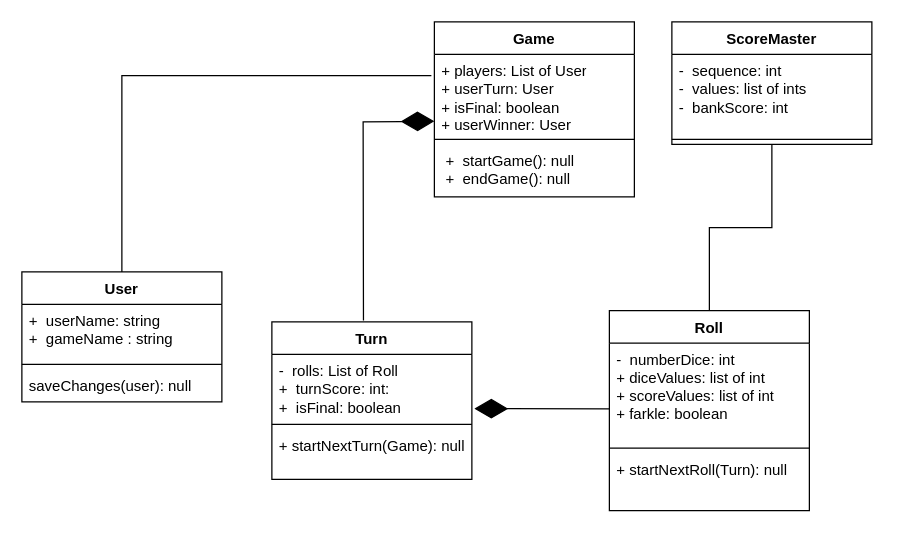
mincfranc/farkle_fork_mincfranc keeps this draw.io diagram as work/Farkle.drawio. Above is the earlier version. Source tidied: cells renumbered, new cells numbered last; positions are measured from the earlier drawing's top-left corner, leaving out a move shared by most shapes. Both pictures are drawn from the tidied source at 125%, with x=0, y=0 at pixel (21, 21).
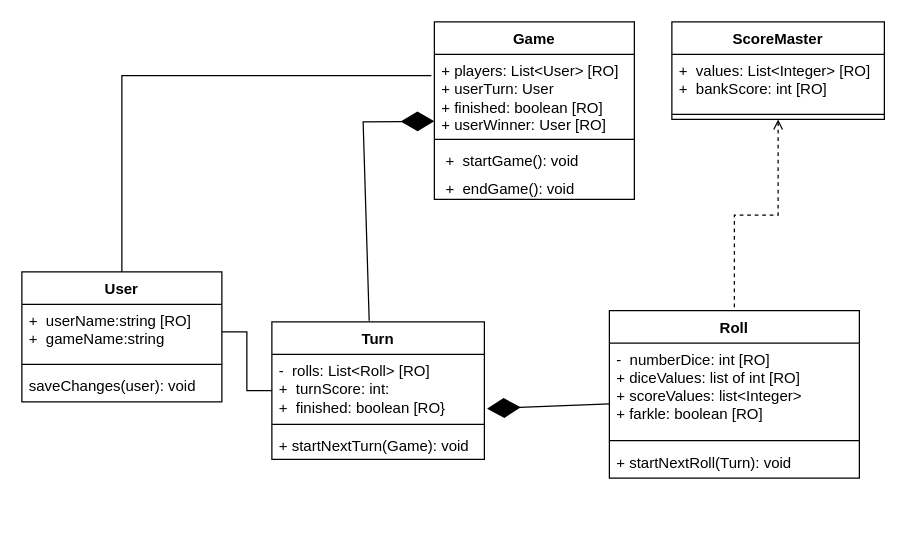
The same diagram, later.

Commit message (it also covers changes not shown here):
Update UML, project scope on Friday

The change refers to these unchanged cells:
```xml
<mxCell id="6" value="User" style="swimlane;fontStyle=1;align=center;verticalAlign=top;horizontal=1;startSize=26;whiteSpace=wrap;html=1;" parent="1" vertex="1">
  <mxGeometry y="200" width="160" height="104" as="geometry" />
</mxCell>
```

Change to the diagram source:
```diff
@@
     <mxCell id="2" value="Turn" style="swimlane;fontStyle=1;align=center;verticalAlign=top;horizontal=1;startSize=26;whiteSpace=wrap;html=1;" parent="1" vertex="1">
-      <mxGeometry x="200" y="240" width="160" height="126" as="geometry" />
+      <mxGeometry x="200" y="240" width="170" height="110" as="geometry" />
     </mxCell>
-    <mxCell id="3" value="-&amp;nbsp; rolls: List of Roll&lt;div&gt;+&amp;nbsp; turnScore: int:&lt;/div&gt;&lt;div&gt;+&amp;nbsp; isFinal: boolean&lt;/div&gt;" style="text;strokeColor=none;fillColor=none;align=left;verticalAlign=top;spacingLeft=4;spacingRight=4;overflow=hidden;points=[[0,0.5],[1,0.5]];portConstraint=eastwest;whiteSpace=wrap;html=1;" parent="2" vertex="1">
-      <mxGeometry y="26" width="160" height="52" as="geometry" />
+    <mxCell id="3" value="-&amp;nbsp; rolls: List&amp;lt;Roll&amp;gt; [RO]&lt;div&gt;+&amp;nbsp; turnScore: int:&lt;/div&gt;&lt;div&gt;+&amp;nbsp; finished: boolean [RO}&lt;/div&gt;" style="text;strokeColor=none;fillColor=none;align=left;verticalAlign=top;spacingLeft=4;spacingRight=4;overflow=hidden;points=[[0,0.5],[1,0.5]];portConstraint=eastwest;whiteSpace=wrap;html=1;" parent="2" vertex="1">
+      <mxGeometry y="26" width="170" height="52" as="geometry" />
     </mxCell>
     <mxCell id="4" style="line;strokeWidth=1;fillColor=none;align=left;verticalAlign=middle;spacingTop=-1;spacingLeft=3;spacingRight=3;labelPosition=right;strokeColor=inherit;" parent="2" vertex="1">
-      <mxGeometry y="78" width="160" height="8" as="geometry" />
+      <mxGeometry y="78" width="170" height="8" as="geometry" />
     </mxCell>
-    <mxCell id="5" value="&lt;div&gt;+ startNextTurn(Game): null&lt;/div&gt;" style="text;strokeColor=none;fillColor=none;align=left;verticalAlign=top;spacingLeft=4;spacingRight=4;overflow=hidden;whiteSpace=wrap;html=1;" parent="2" vertex="1">
-      <mxGeometry y="86" width="160" height="40" as="geometry" />
+    <mxCell id="5" value="&lt;div&gt;+ startNextTurn(Game): void&lt;/div&gt;" style="text;strokeColor=none;fillColor=none;align=left;verticalAlign=top;spacingLeft=4;spacingRight=4;overflow=hidden;whiteSpace=wrap;html=1;" parent="2" vertex="1">
+      <mxGeometry y="86" width="170" height="24" as="geometry" />
     </mxCell>
@@
-    <mxCell id="7" value="+&amp;nbsp; userName: string&lt;div&gt;+&amp;nbsp; gameName : string&lt;br&gt;&lt;div&gt;&lt;br&gt;&lt;/div&gt;&lt;/div&gt;" style="text;strokeColor=none;fillColor=none;align=left;verticalAlign=top;spacingLeft=4;spacingRight=4;overflow=hidden;points=[[0,0.5],[1,0.5]];portConstraint=eastwest;whiteSpace=wrap;html=1;" parent="6" vertex="1">
+    <mxCell id="7" value="+&amp;nbsp; userName:string [RO]&lt;div&gt;+&amp;nbsp; gameName:string&lt;br&gt;&lt;div&gt;&lt;br&gt;&lt;/div&gt;&lt;/div&gt;" style="text;strokeColor=none;fillColor=none;align=left;verticalAlign=top;spacingLeft=4;spacingRight=4;overflow=hidden;points=[[0,0.5],[1,0.5]];portConstraint=eastwest;whiteSpace=wrap;html=1;" parent="6" vertex="1">
       <mxGeometry y="26" width="160" height="44" as="geometry" />
     </mxCell>
@@
-    <mxCell id="9" value="saveChanges(user): null" style="text;strokeColor=none;fillColor=none;align=left;verticalAlign=top;spacingLeft=4;spacingRight=4;overflow=hidden;whiteSpace=wrap;html=1;" parent="6" vertex="1">
+    <mxCell id="9" value="saveChanges(user): void" style="text;strokeColor=none;fillColor=none;align=left;verticalAlign=top;spacingLeft=4;spacingRight=4;overflow=hidden;whiteSpace=wrap;html=1;" parent="6" vertex="1">
       <mxGeometry y="78" width="160" height="26" as="geometry" />
     </mxCell>
     <mxCell id="10" value="Roll" style="swimlane;fontStyle=1;align=center;verticalAlign=top;horizontal=1;startSize=26;whiteSpace=wrap;html=1;" parent="1" vertex="1">
-      <mxGeometry x="470" y="231" width="160" height="160" as="geometry" />
+      <mxGeometry x="470" y="231" width="200" height="134" as="geometry" />
     </mxCell>
-    <mxCell id="11" value="&lt;div&gt;-&amp;nbsp; numberDice: int&lt;/div&gt;+ diceValues: list of int&lt;div&gt;+ scoreValues: list of int&lt;/div&gt;&lt;div&gt;&lt;span style=&quot;background-color: transparent; color: light-dark(rgb(0, 0, 0), rgb(255, 255, 255));&quot;&gt;+ farkle: boolean&lt;/span&gt;&lt;/div&gt;" style="text;strokeColor=none;fillColor=none;align=left;verticalAlign=top;spacingLeft=4;spacingRight=4;overflow=hidden;points=[[0,0.5],[1,0.5]];portConstraint=eastwest;whiteSpace=wrap;html=1;" parent="10" vertex="1">
-      <mxGeometry y="26" width="160" height="80" as="geometry" />
+    <mxCell id="11" value="&lt;div&gt;-&amp;nbsp; numberDice: int [RO]&lt;/div&gt;+ diceValues: list of int [RO]&lt;div&gt;+ scoreValues: list&amp;lt;Integer&amp;gt;&lt;/div&gt;&lt;div&gt;&lt;span style=&quot;background-color: transparent; color: light-dark(rgb(0, 0, 0), rgb(255, 255, 255));&quot;&gt;+ farkle: boolean [RO]&lt;/span&gt;&lt;/div&gt;" style="text;strokeColor=none;fillColor=none;align=left;verticalAlign=top;spacingLeft=4;spacingRight=4;overflow=hidden;points=[[0,0.5],[1,0.5]];portConstraint=eastwest;whiteSpace=wrap;html=1;" parent="10" vertex="1">
+      <mxGeometry y="26" width="200" height="74" as="geometry" />
     </mxCell>
     <mxCell id="12" style="line;strokeWidth=1;fillColor=none;align=left;verticalAlign=middle;spacingTop=-1;spacingLeft=3;spacingRight=3;labelPosition=right;strokeColor=inherit;" parent="10" vertex="1">
-      <mxGeometry y="106" width="160" height="8" as="geometry" />
+      <mxGeometry y="100" width="200" height="8" as="geometry" />
     </mxCell>
-    <mxCell id="13" value="+ startNextRoll(Turn): null&lt;div&gt;&lt;div&gt;&lt;br&gt;&lt;/div&gt;&lt;/div&gt;" style="text;strokeColor=none;fillColor=none;align=left;verticalAlign=top;spacingLeft=4;spacingRight=4;overflow=hidden;whiteSpace=wrap;html=1;" parent="10" vertex="1">
-      <mxGeometry y="114" width="160" height="46" as="geometry" />
+    <mxCell id="13" value="+ startNextRoll(Turn): void&lt;div&gt;&lt;div&gt;&lt;br&gt;&lt;/div&gt;&lt;/div&gt;" style="text;strokeColor=none;fillColor=none;align=left;verticalAlign=top;spacingLeft=4;spacingRight=4;overflow=hidden;whiteSpace=wrap;html=1;" parent="10" vertex="1">
+      <mxGeometry y="108" width="200" height="26" as="geometry" />
     </mxCell>
     <mxCell id="14" value="Game" style="swimlane;fontStyle=1;align=center;verticalAlign=top;horizontal=1;startSize=26;whiteSpace=wrap;html=1;" parent="1" vertex="1">
-      <mxGeometry x="330" width="160" height="140" as="geometry" />
+      <mxGeometry x="330" width="160" height="142" as="geometry" />
     </mxCell>
-    <mxCell id="15" value="+ players: List of User&lt;div&gt;+ userTurn: User&lt;/div&gt;&lt;div&gt;+ isFinal: boolean&lt;/div&gt;&lt;div&gt;+ userWinner: User&lt;/div&gt;&lt;div&gt;&lt;br&gt;&lt;div&gt;&lt;br&gt;&lt;/div&gt;&lt;/div&gt;" style="text;strokeColor=none;fillColor=none;align=left;verticalAlign=top;spacingLeft=4;spacingRight=4;overflow=hidden;points=[[0,0.5],[1,0.5]];portConstraint=eastwest;whiteSpace=wrap;html=1;" parent="14" vertex="1">
+    <mxCell id="15" value="+ players: List&amp;lt;User&amp;gt; [RO]&lt;div&gt;+ userTurn: User&lt;/div&gt;&lt;div&gt;+ finished: boolean [RO]&lt;/div&gt;&lt;div&gt;+ userWinner: User [RO]&lt;/div&gt;&lt;div&gt;&lt;br&gt;&lt;div&gt;&lt;br&gt;&lt;/div&gt;&lt;/div&gt;" style="text;strokeColor=none;fillColor=none;align=left;verticalAlign=top;spacingLeft=4;spacingRight=4;overflow=hidden;points=[[0,0.5],[1,0.5]];portConstraint=eastwest;whiteSpace=wrap;html=1;" parent="14" vertex="1">
       <mxGeometry y="26" width="160" height="64" as="geometry" />
     </mxCell>
@@
-    <mxCell id="18" value="&amp;nbsp;+&amp;nbsp; startGame(): null&lt;div&gt;&amp;nbsp;+&amp;nbsp; endGame(): null&lt;/div&gt;" style="text;strokeColor=none;fillColor=none;align=left;verticalAlign=top;spacingLeft=4;spacingRight=4;overflow=hidden;whiteSpace=wrap;html=1;" parent="14" vertex="1">
-      <mxGeometry y="98" width="160" height="42" as="geometry" />
+    <mxCell id="18" value="&amp;nbsp;+&amp;nbsp; startGame(): void" style="text;strokeColor=none;fillColor=none;align=left;verticalAlign=top;spacingLeft=4;spacingRight=4;overflow=hidden;whiteSpace=wrap;html=1;" parent="14" vertex="1">
+      <mxGeometry y="98" width="160" height="22" as="geometry" />
     </mxCell>
+    <mxCell id="25" value="&amp;nbsp;+&amp;nbsp; endGame(): void" style="text;strokeColor=none;fillColor=none;align=left;verticalAlign=top;spacingLeft=4;spacingRight=4;overflow=hidden;whiteSpace=wrap;html=1;" parent="14" vertex="1">
+      <mxGeometry y="120" width="160" height="22" as="geometry" />
+    </mxCell>
     <mxCell id="19" value="ScoreMaster" style="swimlane;fontStyle=1;align=center;verticalAlign=top;horizontal=1;startSize=26;whiteSpace=wrap;html=1;" parent="1" vertex="1">
-      <mxGeometry x="520" width="160" height="98" as="geometry" />
+      <mxGeometry x="520" width="170" height="78" as="geometry" />
     </mxCell>
-    <mxCell id="20" value="&lt;div&gt;-&amp;nbsp; sequence: int&lt;/div&gt;&lt;div&gt;-&amp;nbsp; values: list of ints&lt;/div&gt;&lt;div&gt;-&amp;nbsp; bankScore: int&lt;/div&gt;" style="text;strokeColor=none;fillColor=none;align=left;verticalAlign=top;spacingLeft=4;spacingRight=4;overflow=hidden;whiteSpace=wrap;html=1;" parent="19" vertex="1">
-      <mxGeometry y="26" width="160" height="64" as="geometry" />
+    <mxCell id="20" value="&lt;div&gt;&lt;span style=&quot;background-color: transparent; color: light-dark(rgb(0, 0, 0), rgb(255, 255, 255));&quot;&gt;+&amp;nbsp; values: List&amp;lt;Integer&amp;gt; [RO]&lt;/span&gt;&lt;/div&gt;&lt;div&gt;+&amp;nbsp; bankScore: int [RO]&lt;/div&gt;" style="text;strokeColor=none;fillColor=none;align=left;verticalAlign=top;spacingLeft=4;spacingRight=4;overflow=hidden;whiteSpace=wrap;html=1;" parent="19" vertex="1">
+      <mxGeometry y="26" width="170" height="44" as="geometry" />
     </mxCell>
     <mxCell id="21" style="line;strokeWidth=1;fillColor=none;align=left;verticalAlign=middle;spacingTop=-1;spacingLeft=3;spacingRight=3;labelPosition=right;strokeColor=inherit;" parent="19" vertex="1">
-      <mxGeometry y="90" width="160" height="8" as="geometry" />
+      <mxGeometry y="70" width="170" height="8" as="geometry" />
     </mxCell>
@@
-    <mxCell id="24" style="endArrow=none;html=1;edgeStyle=orthogonalEdgeStyle;rounded=0;entryX=0.5;entryY=0;entryDx=0;entryDy=0;exitX=0.5;exitY=1;exitDx=0;exitDy=0;" parent="1" edge="1" source="19" target="10">
+    <mxCell id="24" style="endArrow=none;html=1;edgeStyle=orthogonalEdgeStyle;rounded=0;entryX=0.5;entryY=0;entryDx=0;entryDy=0;exitX=0.5;exitY=1;exitDx=0;exitDy=0;dashed=1;endFill=0;startFill=0;startArrow=open;" parent="1" edge="1" source="19" target="10">
       <mxGeometry relative="1" as="geometry" />
     </mxCell>
+    <mxCell id="26" style="endArrow=none;html=1;rounded=0;exitX=1;exitY=0.5;exitDx=0;exitDy=0;entryX=0;entryY=0.5;entryDx=0;entryDy=0;edgeStyle=orthogonalEdgeStyle;" parent="1" edge="1" source="7" target="2">
+      <mxGeometry relative="1" as="geometry" />
+    </mxCell>
```
